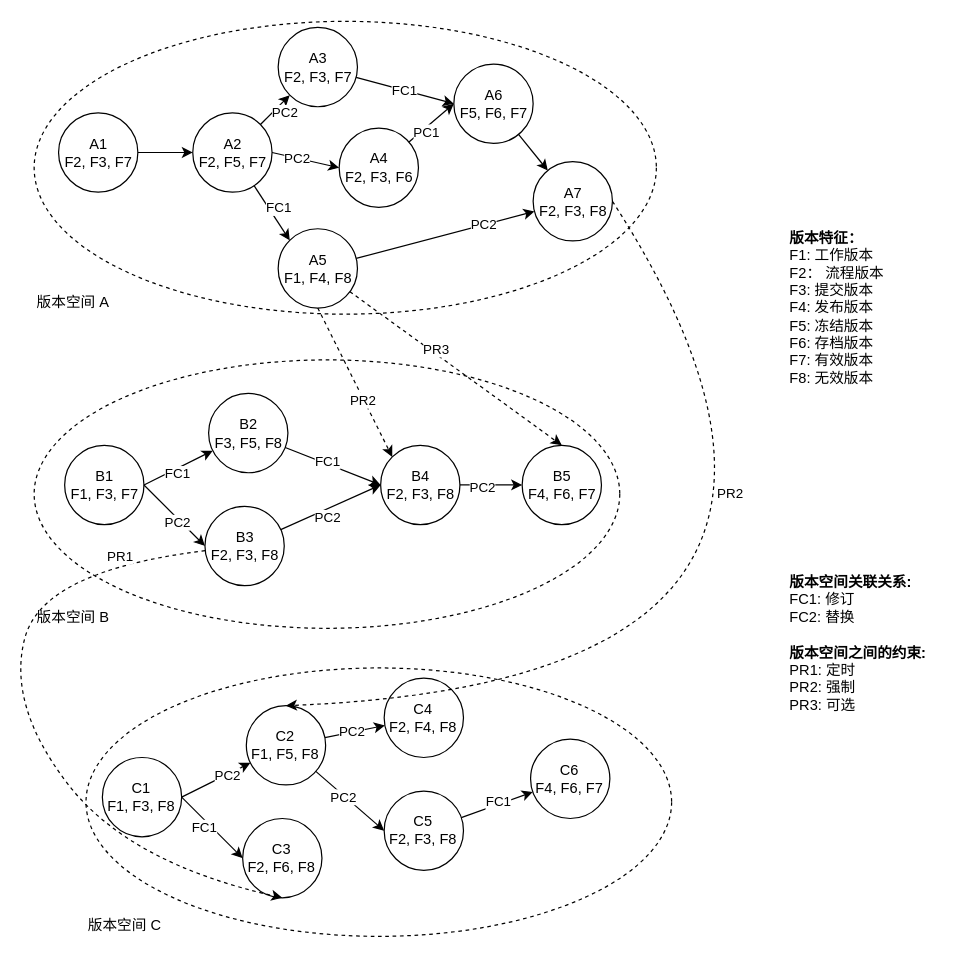
Above: page "Page-6" (6 of 6) of BOM/多视图BOM管理模型.drawio in littlelittlemoon/DiagramsRepository (draw.io), before the change. Source tidied: cells renumbered, new cells numbered last; positions are measured from the earlier drawing's top-left corner, leaving out a move shared by most shapes. Both pictures are drawn from the tidied source at 122%, with x=0, y=0 at pixel (6, 21).
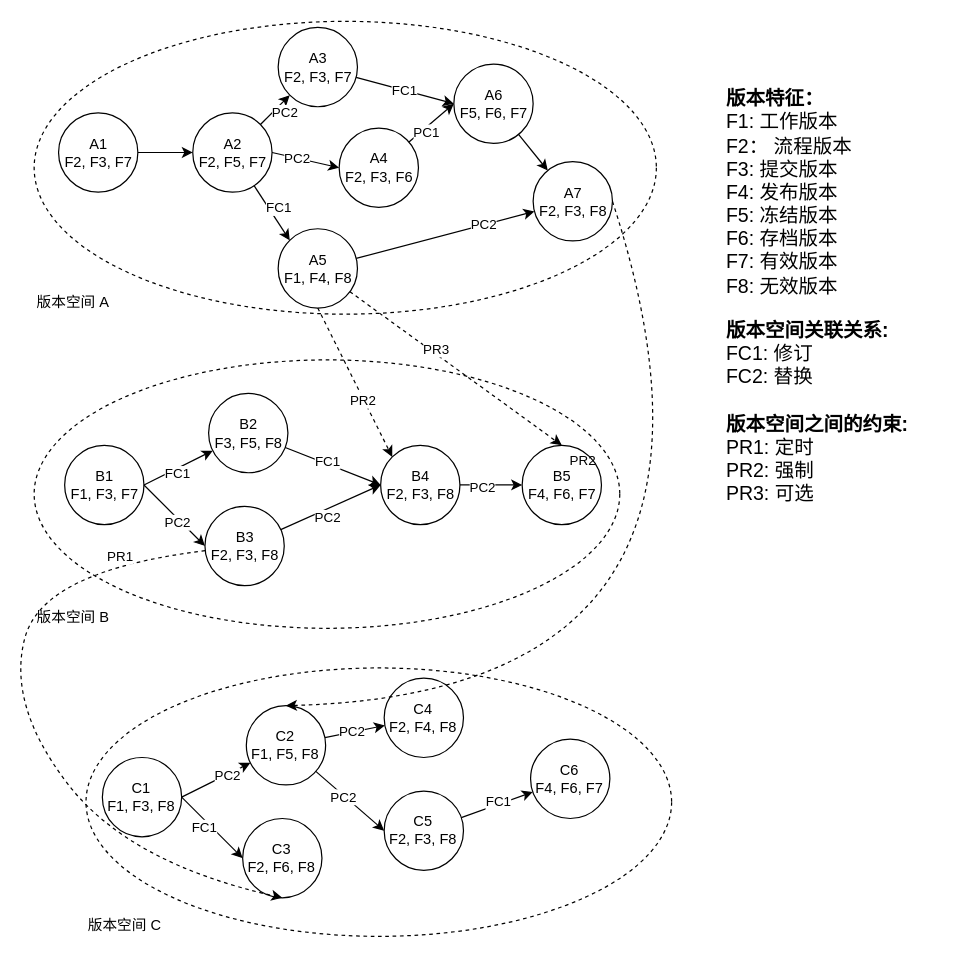
The same page after the edit.

Unchanged cells that the change refers to:
```xml
<mxCell id="29" value="A7&lt;br&gt;F2, F3, F8" style="ellipse;whiteSpace=wrap;html=1;strokeColor=#000000;fillColor=none;" parent="1" vertex="1">
  <mxGeometry x="431.5" y="115" width="65" height="65" as="geometry" />
</mxCell>
<mxCell id="57" value="C2&lt;br&gt;F1, F5, F8" style="ellipse;whiteSpace=wrap;html=1;strokeColor=#000000;fillColor=none;" parent="1" vertex="1">
  <mxGeometry x="196.4" y="560.9" width="65" height="65" as="geometry" />
</mxCell>
```

Change to the diagram source:
```diff
@@
     <mxCell id="27" style="edgeStyle=none;curved=1;jettySize=auto;html=1;exitX=1;exitY=0.5;exitDx=0;exitDy=0;entryX=0.5;entryY=0;entryDx=0;entryDy=0;dashed=1;endArrow=classic;endFill=1;strokeColor=#000000;" parent="1" edge="1" source="29" target="57">
       <mxGeometry relative="1" as="geometry">
         <Array as="points">
-          <mxPoint x="750" y="540" />
+          <mxPoint x="628" y="550" />
         </Array>
       </mxGeometry>
     </mxCell>
@@
-    <mxCell id="64" value="&lt;b&gt;版本特征：&lt;br&gt;&lt;/b&gt;F1: 工作版本&lt;br&gt;F2： 流程版本&lt;br&gt;F3: 提交版本&lt;br&gt;F4: 发布版本&lt;br&gt;F5: 冻结版本&lt;br&gt;F6: 存档版本&lt;br&gt;F7: 有效版本&lt;br&gt;F8: 无效版本" style="text;html=1;align=left;verticalAlign=middle;strokeColor=none;fillColor=none;" parent="1" vertex="1">
-      <mxGeometry x="640" y="170" width="90" height="130" as="geometry" />
+    <mxCell id="64" value="&lt;b style=&quot;font-size: 16px;&quot;&gt;版本特征：&lt;br style=&quot;font-size: 16px;&quot;&gt;&lt;/b&gt;F1: 工作版本&lt;br style=&quot;font-size: 16px;&quot;&gt;F2： 流程版本&lt;br style=&quot;font-size: 16px;&quot;&gt;F3: 提交版本&lt;br style=&quot;font-size: 16px;&quot;&gt;F4: 发布版本&lt;br style=&quot;font-size: 16px;&quot;&gt;F5: 冻结版本&lt;br style=&quot;font-size: 16px;&quot;&gt;F6: 存档版本&lt;br style=&quot;font-size: 16px;&quot;&gt;F7: 有效版本&lt;br style=&quot;font-size: 16px;&quot;&gt;F8: 无效版本" style="text;html=1;align=left;verticalAlign=middle;strokeColor=none;fillColor=none;fontSize=16;" parent="1" vertex="1">
+      <mxGeometry x="588" y="50" width="120" height="180" as="geometry" />
     </mxCell>
-    <mxCell id="65" value="&lt;b&gt;版本空间关联关系:&lt;br&gt;&lt;/b&gt;FC1: 修订&lt;br&gt;FC2: 替换&lt;br&gt;&lt;br&gt;&lt;b&gt;版本空间之间的约束:&lt;br&gt;&lt;/b&gt;PR1: 定时&lt;br&gt;PR2: 强制&lt;br&gt;PR3: 可选" style="text;html=1;align=left;verticalAlign=middle;strokeColor=none;fillColor=none;" parent="1" vertex="1">
-      <mxGeometry x="640" y="450" width="130" height="120" as="geometry" />
+    <mxCell id="65" value="&lt;b style=&quot;font-size: 16px;&quot;&gt;版本空间关联关系:&lt;br style=&quot;font-size: 16px;&quot;&gt;&lt;/b&gt;FC1: 修订&lt;br style=&quot;font-size: 16px;&quot;&gt;FC2: 替换&lt;br style=&quot;font-size: 16px;&quot;&gt;&lt;br style=&quot;font-size: 16px;&quot;&gt;&lt;b style=&quot;font-size: 16px;&quot;&gt;版本空间之间的约束:&lt;br style=&quot;font-size: 16px;&quot;&gt;&lt;/b&gt;PR1: 定时&lt;br style=&quot;font-size: 16px;&quot;&gt;PR2: 强制&lt;br style=&quot;font-size: 16px;&quot;&gt;PR3: 可选" style="text;html=1;align=left;verticalAlign=middle;strokeColor=none;fillColor=none;fontSize=16;" parent="1" vertex="1">
+      <mxGeometry x="588" y="240" width="170" height="160" as="geometry" />
     </mxCell>
```
